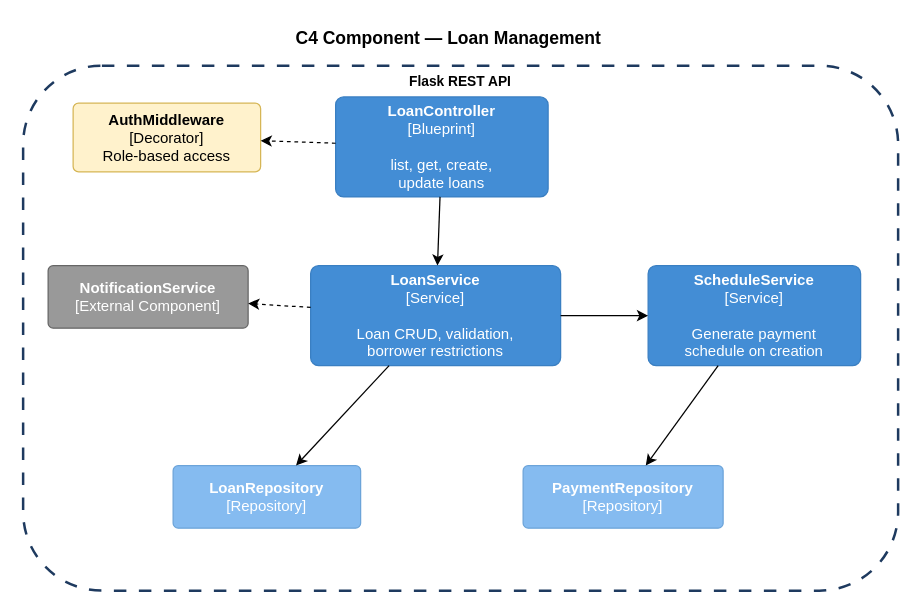
The draw.io diagram docs/detailed-designs/diagrams/drawio/c4_component_loan.drawio in QuinntyneBrown/LendQ, before the edit. Source tidied: cells renumbered, new cells numbered last; positions are measured from the earlier drawing's top-left corner, leaving out a move shared by most shapes. Both pictures are drawn from the tidied source at 125%, with x=0, y=0 at pixel (22, 21).
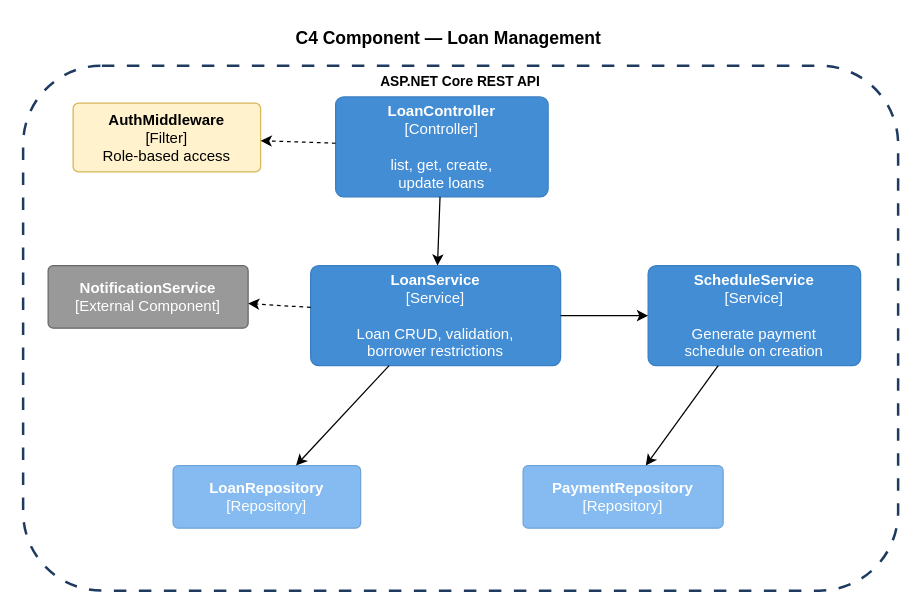
The same diagram, later.

What changed in the source:
```diff
@@
 <mxGraphModel>
   <root>
     <mxCell id="0" />
     <mxCell id="1" parent="0" />
     <mxCell id="2" value="C4 Component — Loan Management" style="text;html=1;align=center;verticalAlign=middle;strokeColor=none;fillColor=none;fontSize=14;fontStyle=1;" parent="1" vertex="1">
       <mxGeometry x="190" width="300" height="25" as="geometry" />
     </mxCell>
-    <mxCell id="3" value="Flask REST API" style="rounded=1;whiteSpace=wrap;html=1;fillColor=none;strokeColor=#1e3a5f;dashed=1;dashPattern=5 5;verticalAlign=top;fontStyle=1;fontSize=11;strokeWidth=2;" parent="1" vertex="1">
+    <mxCell id="3" value="ASP.NET Core REST API" style="rounded=1;whiteSpace=wrap;html=1;fillColor=none;strokeColor=#1e3a5f;dashed=1;dashPattern=5 5;verticalAlign=top;fontStyle=1;fontSize=11;strokeWidth=2;" parent="1" vertex="1">
       <mxGeometry y="35" width="700" height="420" as="geometry" />
     </mxCell>
-    <mxCell id="4" value="&lt;b&gt;LoanController&lt;/b&gt;&lt;br&gt;[Blueprint]&lt;br&gt;&lt;br&gt;list, get, create,&lt;br&gt;update loans" style="rounded=1;whiteSpace=wrap;html=1;fillColor=#438DD5;fontColor=#ffffff;strokeColor=#3a7fc2;arcSize=8;" parent="1" vertex="1">
+    <mxCell id="4" value="&lt;b&gt;LoanController&lt;/b&gt;&lt;br&gt;[Controller]&lt;br&gt;&lt;br&gt;list, get, create,&lt;br&gt;update loans" style="rounded=1;whiteSpace=wrap;html=1;fillColor=#438DD5;fontColor=#ffffff;strokeColor=#3a7fc2;arcSize=8;" parent="1" vertex="1">
       <mxGeometry x="250" y="60" width="170" height="80" as="geometry" />
     </mxCell>
-    <mxCell id="5" value="&lt;b&gt;AuthMiddleware&lt;/b&gt;&lt;br&gt;[Decorator]&lt;br&gt;Role-based access" style="rounded=1;whiteSpace=wrap;html=1;fillColor=#fff2cc;strokeColor=#d6b656;arcSize=8;" parent="1" vertex="1">
+    <mxCell id="5" value="&lt;b&gt;AuthMiddleware&lt;/b&gt;&lt;br&gt;[Filter]&lt;br&gt;Role-based access" style="rounded=1;whiteSpace=wrap;html=1;fillColor=#fff2cc;strokeColor=#d6b656;arcSize=8;" parent="1" vertex="1">
       <mxGeometry x="40" y="65" width="150" height="55" as="geometry" />
     </mxCell>
     <mxCell id="6" value="&lt;b&gt;LoanService&lt;/b&gt;&lt;br&gt;[Service]&lt;br&gt;&lt;br&gt;Loan CRUD, validation,&lt;br&gt;borrower restrictions" style="rounded=1;whiteSpace=wrap;html=1;fillColor=#438DD5;fontColor=#ffffff;strokeColor=#3a7fc2;arcSize=8;" parent="1" vertex="1">
       <mxGeometry x="230" y="195" width="200" height="80" as="geometry" />
     </mxCell>
     <mxCell id="7" value="&lt;b&gt;ScheduleService&lt;/b&gt;&lt;br&gt;[Service]&lt;br&gt;&lt;br&gt;Generate payment&lt;br&gt;schedule on creation" style="rounded=1;whiteSpace=wrap;html=1;fillColor=#438DD5;fontColor=#ffffff;strokeColor=#3a7fc2;arcSize=8;" parent="1" vertex="1">
       <mxGeometry x="500" y="195" width="170" height="80" as="geometry" />
     </mxCell>
     <mxCell id="8" value="&lt;b&gt;LoanRepository&lt;/b&gt;&lt;br&gt;[Repository]" style="rounded=1;whiteSpace=wrap;html=1;fillColor=#85BBF0;fontColor=#ffffff;strokeColor=#6ca4d9;arcSize=8;" parent="1" vertex="1">
       <mxGeometry x="120" y="355" width="150" height="50" as="geometry" />
     </mxCell>
     <mxCell id="9" value="&lt;b&gt;PaymentRepository&lt;/b&gt;&lt;br&gt;[Repository]" style="rounded=1;whiteSpace=wrap;html=1;fillColor=#85BBF0;fontColor=#ffffff;strokeColor=#6ca4d9;arcSize=8;" parent="1" vertex="1">
       <mxGeometry x="400" y="355" width="160" height="50" as="geometry" />
     </mxCell>
     <mxCell id="10" value="&lt;b&gt;NotificationService&lt;/b&gt;&lt;br&gt;[External Component]" style="rounded=1;whiteSpace=wrap;html=1;fillColor=#999999;fontColor=#ffffff;strokeColor=#666666;arcSize=8;" parent="1" vertex="1">
       <mxGeometry x="20" y="195" width="160" height="50" as="geometry" />
     </mxCell>
     <mxCell id="11" style="endArrow=classic;html=1;" parent="1" edge="1" source="4" target="6">
       <mxGeometry relative="1" as="geometry" />
     </mxCell>
     <mxCell id="12" style="endArrow=classic;html=1;dashed=1;" parent="1" edge="1" source="4" target="5">
       <mxGeometry relative="1" as="geometry" />
     </mxCell>
     <mxCell id="13" style="endArrow=classic;html=1;" parent="1" edge="1" source="6" target="8">
       <mxGeometry relative="1" as="geometry" />
     </mxCell>
     <mxCell id="14" style="endArrow=classic;html=1;" parent="1" edge="1" source="6" target="7">
       <mxGeometry relative="1" as="geometry" />
     </mxCell>
     <mxCell id="15" style="endArrow=classic;html=1;" parent="1" edge="1" source="7" target="9">
       <mxGeometry relative="1" as="geometry" />
     </mxCell>
     <mxCell id="16" style="endArrow=classic;html=1;dashed=1;" parent="1" edge="1" source="6" target="10">
       <mxGeometry relative="1" as="geometry" />
     </mxCell>
   </root>
 </mxGraphModel>
```
